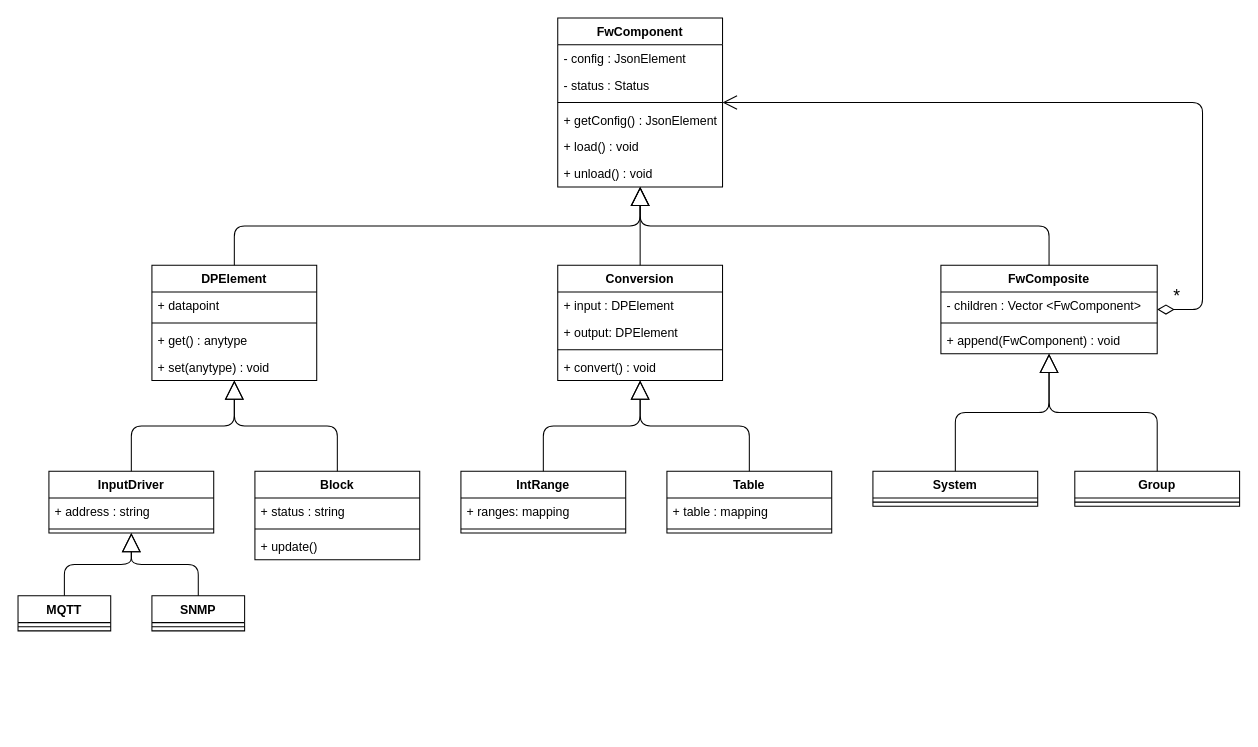
Above: isup-ch-framework.drawio in YannCaron/SkyguideDiagrams (draw.io), before the change. Source tidied: cells renumbered, new cells numbered last; positions are measured from the earlier drawing's top-left corner, leaving out a move shared by most shapes. Both pictures are drawn from the tidied source at 103%, with x=0, y=0 at pixel (18, 18).
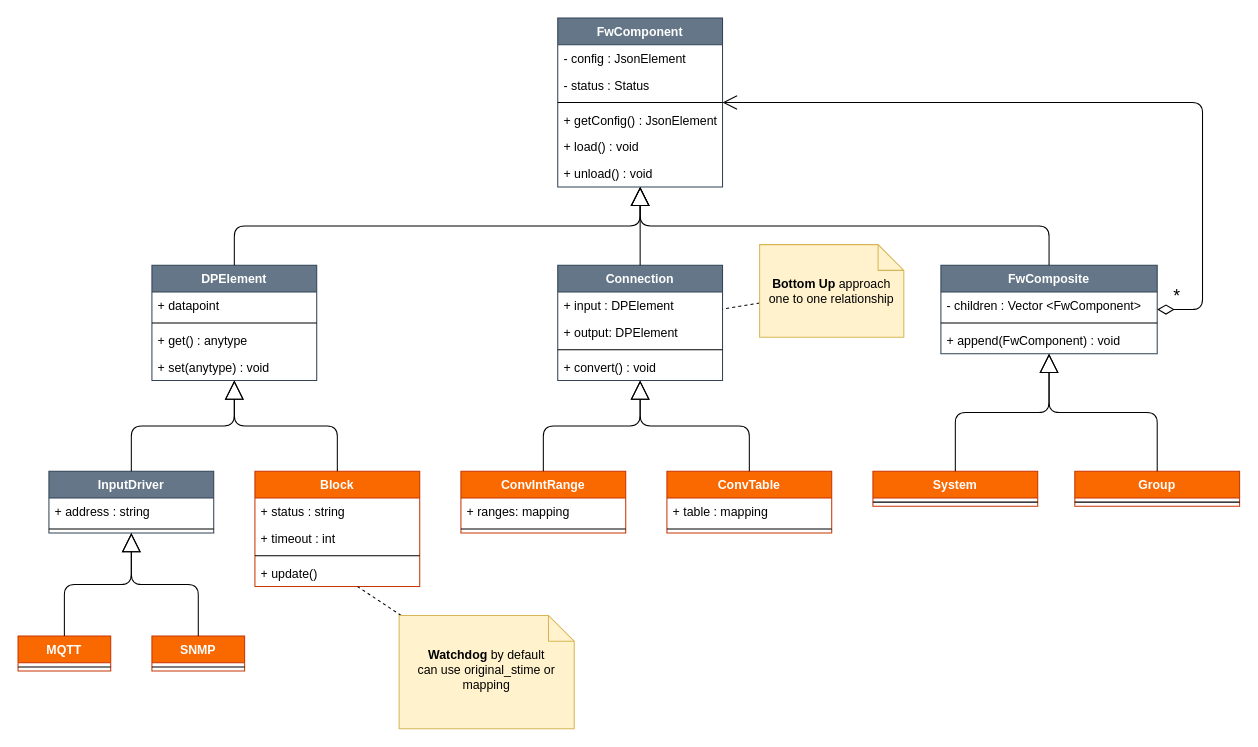
The same diagram, later.

Diff of the diagram source:
```diff
@@
-    <mxCell id="2" value="FwComponent" style="swimlane;fontStyle=1;align=center;verticalAlign=top;horizontal=1;startSize=26;" parent="1" vertex="1">
+    <mxCell id="2" value="FwComponent" style="swimlane;fontStyle=1;align=center;verticalAlign=top;horizontal=1;startSize=26;fillColor=#647687;strokeColor=#314354;fontColor=#ffffff;" parent="1" vertex="1">
       <mxGeometry x="524" width="160" height="164" as="geometry" />
     </mxCell>
@@
-    <mxCell id="9" value="FwComposite" style="swimlane;fontStyle=1;align=center;verticalAlign=top;horizontal=1;startSize=26;" parent="1" vertex="1">
+    <mxCell id="9" value="FwComposite" style="swimlane;fontStyle=1;align=center;verticalAlign=top;horizontal=1;startSize=26;fillColor=#647687;strokeColor=#314354;fontColor=#ffffff;" parent="1" vertex="1">
       <mxGeometry x="896" y="240" width="210" height="86" as="geometry" />
     </mxCell>
@@
-    <mxCell id="15" value="System" style="swimlane;fontStyle=1;align=center;verticalAlign=top;horizontal=1;startSize=26;" parent="1" vertex="1">
+    <mxCell id="15" value="System" style="swimlane;fontStyle=1;align=center;verticalAlign=top;horizontal=1;startSize=26;fillColor=#fa6800;strokeColor=#C73500;fontColor=#ffffff;" parent="1" vertex="1">
       <mxGeometry x="830" y="440" width="160" height="34" as="geometry" />
     </mxCell>
@@
-    <mxCell id="17" value="Group" style="swimlane;fontStyle=1;align=center;verticalAlign=top;horizontal=1;startSize=26;" parent="1" vertex="1">
+    <mxCell id="17" value="Group" style="swimlane;fontStyle=1;align=center;verticalAlign=top;horizontal=1;startSize=26;fillColor=#fa6800;strokeColor=#C73500;fontColor=#ffffff;" parent="1" vertex="1">
       <mxGeometry x="1026" y="440" width="160" height="34" as="geometry" />
     </mxCell>
@@
-    <mxCell id="21" value="IntRange" style="swimlane;fontStyle=1;align=center;verticalAlign=top;horizontal=1;startSize=26;" parent="1" vertex="1">
+    <mxCell id="21" value="ConvIntRange" style="swimlane;fontStyle=1;align=center;verticalAlign=top;horizontal=1;startSize=26;fillColor=#fa6800;strokeColor=#C73500;fontColor=#ffffff;" parent="1" vertex="1">
       <mxGeometry x="430" y="440" width="160" height="60" as="geometry" />
     </mxCell>
@@
-    <mxCell id="24" value="Conversion" style="swimlane;fontStyle=1;align=center;verticalAlign=top;horizontal=1;startSize=26;" parent="1" vertex="1">
+    <mxCell id="24" value="Connection" style="swimlane;fontStyle=1;align=center;verticalAlign=top;horizontal=1;startSize=26;fillColor=#647687;strokeColor=#314354;fontColor=#ffffff;" parent="1" vertex="1">
       <mxGeometry x="524" y="240" width="160" height="112" as="geometry" />
     </mxCell>
@@
-    <mxCell id="29" value="DPElement" style="swimlane;fontStyle=1;align=center;verticalAlign=top;horizontal=1;startSize=26;" parent="1" vertex="1">
+    <mxCell id="29" value="DPElement" style="swimlane;fontStyle=1;align=center;verticalAlign=top;horizontal=1;startSize=26;fillColor=#647687;strokeColor=#314354;fontColor=#ffffff;" parent="1" vertex="1">
       <mxGeometry x="130" y="240" width="160" height="112" as="geometry" />
     </mxCell>
@@
-    <mxCell id="37" value="Block" style="swimlane;fontStyle=1;align=center;verticalAlign=top;horizontal=1;startSize=26;" parent="1" vertex="1">
-      <mxGeometry x="230" y="440" width="160" height="86" as="geometry" />
+    <mxCell id="37" value="Block" style="swimlane;fontStyle=1;align=center;verticalAlign=top;horizontal=1;startSize=26;fillColor=#fa6800;strokeColor=#C73500;fontColor=#ffffff;" parent="1" vertex="1">
+      <mxGeometry x="230" y="440" width="160" height="112" as="geometry" />
     </mxCell>
@@
+    <mxCell id="56" value="+ timeout : int" style="text;strokeColor=none;fillColor=none;align=left;verticalAlign=top;spacingLeft=4;spacingRight=4;overflow=hidden;" parent="37" vertex="1">
+      <mxGeometry y="52" width="160" height="26" as="geometry" />
+    </mxCell>
     <mxCell id="39" style="line;strokeWidth=1;fillColor=none;align=left;verticalAlign=middle;spacingTop=-1;spacingLeft=3;spacingRight=3;labelPosition=right;" parent="37" vertex="1">
-      <mxGeometry y="52" width="160" height="8" as="geometry" />
+      <mxGeometry y="78" width="160" height="8" as="geometry" />
     </mxCell>
     <mxCell id="40" value="+ update()" style="text;strokeColor=none;fillColor=none;align=left;verticalAlign=top;spacingLeft=4;spacingRight=4;overflow=hidden;points=[[0,0.5],[1,0.5]];portConstraint=eastwest;" parent="37" vertex="1">
-      <mxGeometry y="60" width="160" height="26" as="geometry" />
+      <mxGeometry y="86" width="160" height="26" as="geometry" />
     </mxCell>
-    <mxCell id="41" value="InputDriver" style="swimlane;fontStyle=1;align=center;verticalAlign=top;horizontal=1;startSize=26;" parent="1" vertex="1">
+    <mxCell id="41" value="InputDriver" style="swimlane;fontStyle=1;align=center;verticalAlign=top;horizontal=1;startSize=26;fillColor=#647687;strokeColor=#314354;fontColor=#ffffff;" parent="1" vertex="1">
       <mxGeometry x="30" y="440" width="160" height="60" as="geometry" />
     </mxCell>
@@
-    <mxCell id="44" value="SNMP" style="swimlane;fontStyle=1;align=center;verticalAlign=top;horizontal=1;startSize=26;" parent="1" vertex="1">
-      <mxGeometry x="130" y="561" width="90" height="34" as="geometry" />
+    <mxCell id="44" value="SNMP" style="swimlane;fontStyle=1;align=center;verticalAlign=top;horizontal=1;startSize=26;fillColor=#fa6800;strokeColor=#C73500;fontColor=#ffffff;" parent="1" vertex="1">
+      <mxGeometry x="130" y="600" width="90" height="34" as="geometry" />
     </mxCell>
@@
-    <mxCell id="46" value="MQTT" style="swimlane;fontStyle=1;align=center;verticalAlign=top;horizontal=1;startSize=26;" parent="1" vertex="1">
-      <mxGeometry y="561" width="90" height="34" as="geometry" />
+    <mxCell id="46" value="MQTT" style="swimlane;fontStyle=1;align=center;verticalAlign=top;horizontal=1;startSize=26;fillColor=#fa6800;strokeColor=#C73500;fontColor=#ffffff;" parent="1" vertex="1">
+      <mxGeometry y="600" width="90" height="34" as="geometry" />
     </mxCell>
@@
-    <mxCell id="52" value="Table" style="swimlane;fontStyle=1;align=center;verticalAlign=top;horizontal=1;startSize=26;" parent="1" vertex="1">
+    <mxCell id="52" value="ConvTable" style="swimlane;fontStyle=1;align=center;verticalAlign=top;horizontal=1;startSize=26;fillColor=#fa6800;strokeColor=#C73500;fontColor=#ffffff;" parent="1" vertex="1">
       <mxGeometry x="630" y="440" width="160" height="60" as="geometry" />
     </mxCell>
@@
+    <mxCell id="57" style="rounded=0;jettySize=auto;html=1;dashed=1;endArrow=none;endFill=0;" parent="1" edge="1" source="58" target="40">
+      <mxGeometry relative="1" as="geometry" />
+    </mxCell>
+    <mxCell id="58" value="&lt;div&gt;&lt;b&gt;Watchdog &lt;/b&gt;by default&lt;/div&gt;&lt;div&gt;can use original_stime or mapping&lt;br&gt;&lt;/div&gt;" style="shape=note2;boundedLbl=1;whiteSpace=wrap;html=1;size=25;verticalAlign=top;align=center;fillColor=#fff2cc;strokeColor=#d6b656;" parent="1" vertex="1">
+      <mxGeometry x="370" y="580" width="170" height="110" as="geometry" />
+    </mxCell>
+    <mxCell id="59" style="edgeStyle=none;rounded=0;jettySize=auto;html=1;dashed=1;endArrow=none;endFill=0;strokeColor=#000000;" parent="1" edge="1" source="60" target="24">
+      <mxGeometry relative="1" as="geometry" />
+    </mxCell>
+    <mxCell id="60" value="&lt;div&gt;&lt;b&gt;Bottom Up&lt;/b&gt; approach&lt;/div&gt;&lt;div&gt;one to one relationship&lt;br&gt;&lt;/div&gt;" style="shape=note2;boundedLbl=1;whiteSpace=wrap;html=1;size=25;verticalAlign=top;align=center;fillColor=#fff2cc;strokeColor=#d6b656;" parent="1" vertex="1">
+      <mxGeometry x="720" y="220" width="140" height="90" as="geometry" />
+    </mxCell>
```
